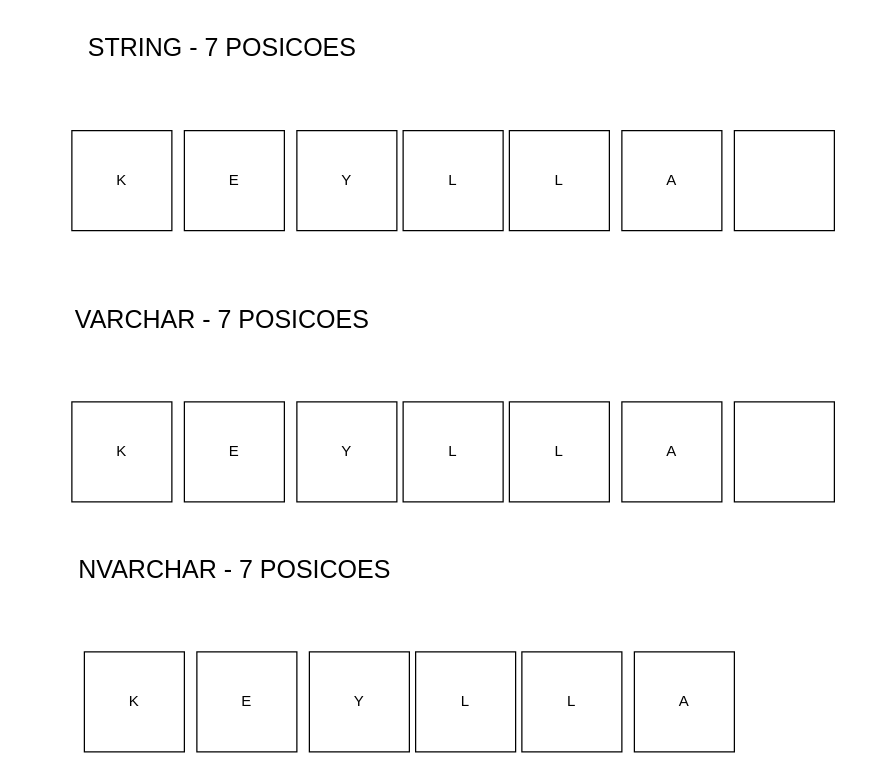
Before: page "Page-1" (1 of 3) of Untitled Diagram.drawio in pestana1984/MonitoriaBD_Unicesumar, a draw.io diagram. Source tidied: cells renumbered, new cells numbered last; positions are measured from the earlier drawing's top-left corner, leaving out a move shared by most shapes. Both pictures are drawn from the tidied source at 125%, with x=0, y=0 at pixel (59, 21).
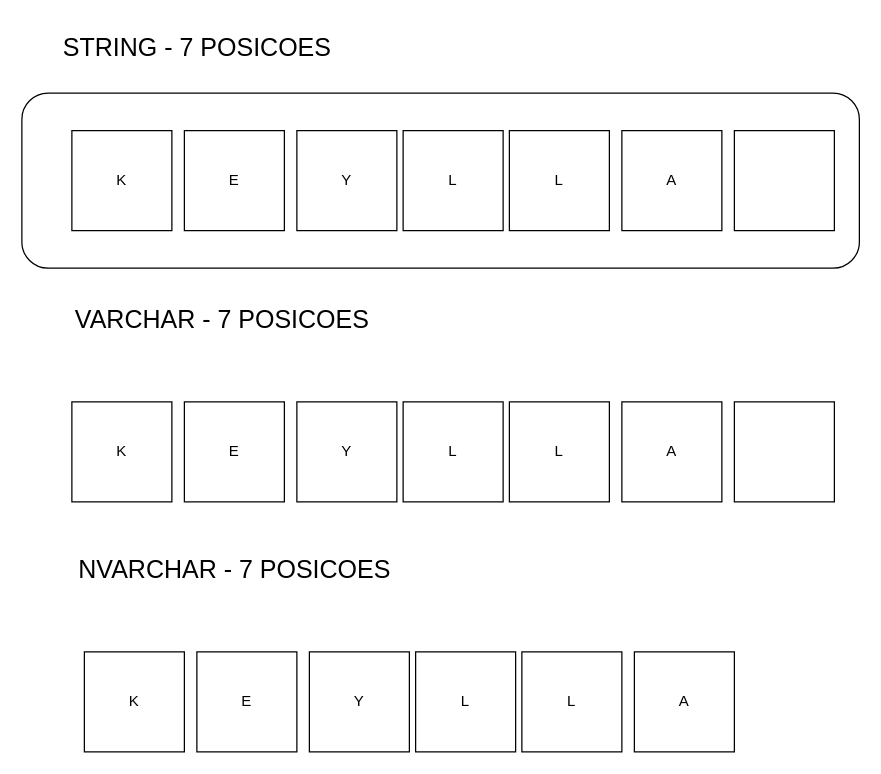
The same diagram, later.

The edit, as a diff of the source:
```diff
@@
+    <mxCell id="25" style="rounded=1;whiteSpace=wrap;html=1;" parent="1" vertex="1">
+      <mxGeometry x="-30" y="57" width="670" height="140" as="geometry" />
+    </mxCell>
@@
     <mxCell id="9" value="STRING - 7 POSICOES" style="text;html=1;align=center;verticalAlign=middle;strokeColor=none;fillColor=none;fontSize=20;" parent="1" vertex="1">
-      <mxGeometry x="10" width="240" height="40" as="geometry" />
+      <mxGeometry x="-10" width="240" height="40" as="geometry" />
     </mxCell>
```
